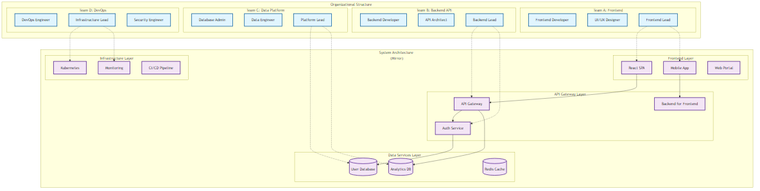
This is assets/images/diagrams/conways-law-visualization.png from vaquarkhan/microservices-recipes-a-free-gitbook, a Mermaid export, as it was before one commit. Its source is kept beside it as assets/images/diagrams/conways-law-visualization.mmd.
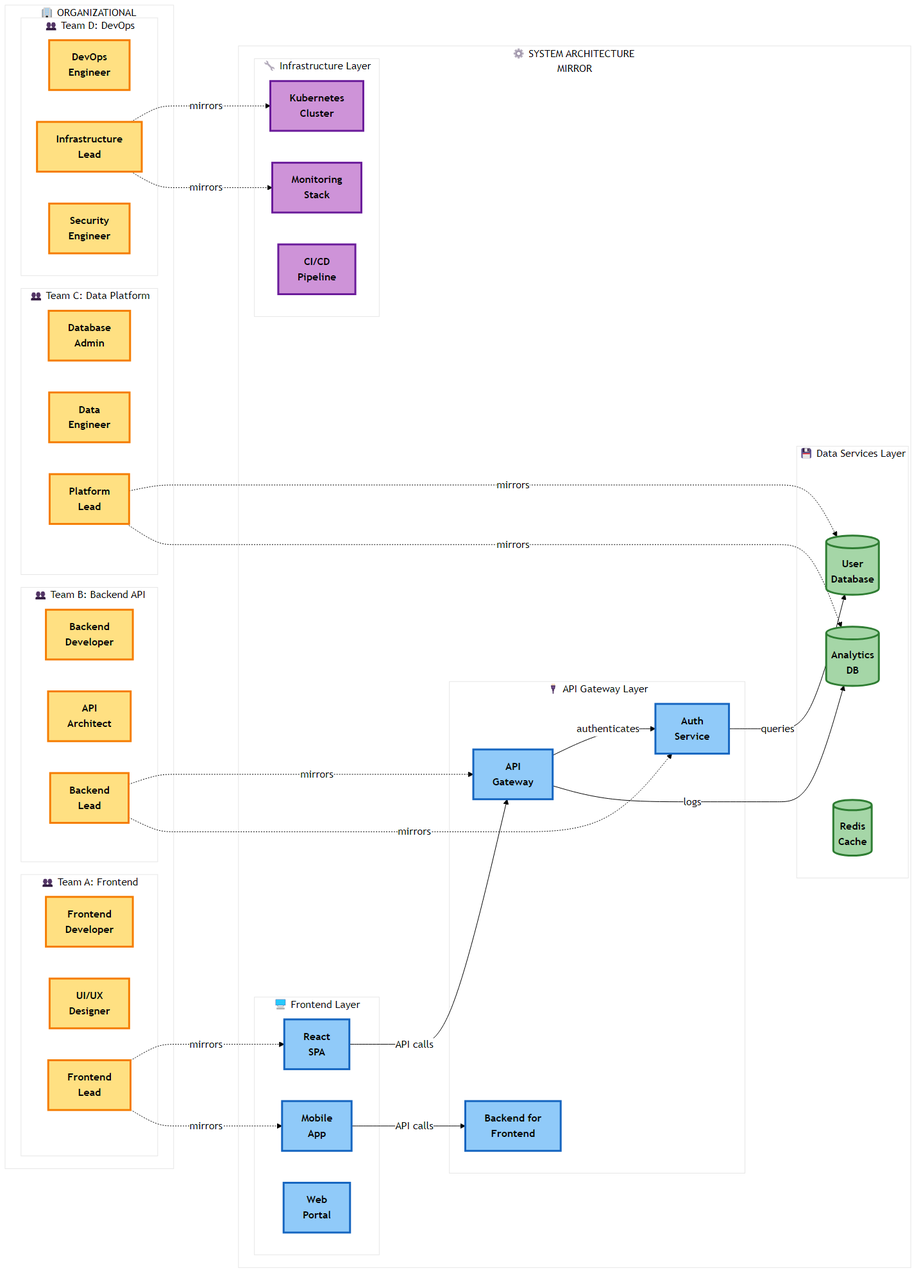
After the change.

The edit, as a diff of the source:
```diff
@@ -1,74 +1,81 @@
-graph TB
-    subgraph "Organizational Structure"
-        subgraph "Team A: Frontend"
-            FE1[Frontend Developer]
-            FE2[UI/UX Designer]
-            FE3[Frontend Lead]
+%%{init: {'theme':'base', 'themeVariables': { 'primaryColor':'#fff','primaryTextColor':'#000','primaryBorderColor':'#000','lineColor':'#000','secondaryColor':'#fff','tertiaryColor':'#fff','fontSize':'16px'}}}%%
+graph LR
+    subgraph ORG["🏢 ORGANIZATIONAL STRUCTURE"]
+        direction TB
+        subgraph TEAM_FE["👥 Team A: Frontend"]
+            FE1["Frontend<br/>Developer"]
+            FE2["UI/UX<br/>Designer"]
+            FE3["Frontend<br/>Lead"]
         end
 
-        subgraph "Team B: Backend API"
-            BE1[Backend Developer]
-            BE2[API Architect]
-            BE3[Backend Lead]
+        subgraph TEAM_BE["👥 Team B: Backend API"]
+            BE1["Backend<br/>Developer"]
+            BE2["API<br/>Architect"]
+            BE3["Backend<br/>Lead"]
         end
 
-        subgraph "Team C: Data Platform"
-            DB1[Database Admin]
-            DB2[Data Engineer]
-            DB3[Platform Lead]
+        subgraph TEAM_DB["👥 Team C: Data Platform"]
+            DB1["Database<br/>Admin"]
+            DB2["Data<br/>Engineer"]
+            DB3["Platform<br/>Lead"]
         end
 
-        subgraph "Team D: DevOps"
-            DO1[DevOps Engineer]
-            DO2[Infrastructure Lead]
-            DO3[Security Engineer]
+        subgraph TEAM_DO["👥 Team D: DevOps"]
+            DO1["DevOps<br/>Engineer"]
+            DO2["Infrastructure<br/>Lead"]
+            DO3["Security<br/>Engineer"]
         end
     end
 
-    subgraph "System Architecture (Mirror)"
-        subgraph "Frontend Layer"
-            React[React SPA]
-            Mobile[Mobile App]
-            Web[Web Portal]
+    subgraph SYS["⚙️ SYSTEM ARCHITECTURE MIRROR"]
+        direction TB
+        subgraph SYS_FE["🖥️ Frontend Layer"]
+            React["React<br/>SPA"]
+            Mobile["Mobile<br/>App"]
+            Web["Web<br/>Portal"]
         end
 
-        subgraph "API Gateway Layer"
-            Gateway[API Gateway]
-            Auth[Auth Service]
-            BFF[Backend for Frontend]
+        subgraph SYS_API["🔌 API Gateway Layer"]
+            Gateway["API<br/>Gateway"]
+            Auth["Auth<br/>Service"]
+            BFF["Backend for<br/>Frontend"]
         end
 
-        subgraph "Data Services Layer"
-            UserDB[(User Database)]
-            Analytics[(Analytics DB)]
-            Cache[(Redis Cache)]
+        subgraph SYS_DATA["💾 Data Services Layer"]
+            UserDB[("User<br/>Database")]
+            Analytics[("Analytics<br/>DB")]
+            Cache[("Redis<br/>Cache")]
         end
 
-        subgraph "Infrastructure Layer"
-            K8s[Kubernetes]
-            Monitor[Monitoring]
-            CI[CI/CD Pipeline]
+        subgraph SYS_INFRA["🔧 Infrastructure Layer"]
+            K8s["Kubernetes<br/>Cluster"]
+            Monitor["Monitoring<br/>Stack"]
+            CI["CI/CD<br/>Pipeline"]
         end
     end
 
-    FE3 -.-> React
-    FE3 -.-> Mobile
-    BE3 -.-> Gateway
-    BE3 -.-> Auth
-    DB3 -.-> UserDB
-    DB3 -.-> Analytics
-    DO2 -.-> K8s
-    DO2 -.-> Monitor
+    FE3 -.->|"mirrors"| React
+    FE3 -.->|"mirrors"| Mobile
+    BE3 -.->|"mirrors"| Gateway
+    BE3 -.->|"mirrors"| Auth
+    DB3 -.->|"mirrors"| UserDB
+    DB3 -.->|"mirrors"| Analytics
+    DO2 -.->|"mirrors"| K8s
+    DO2 -.->|"mirrors"| Monitor
 
-    React --> Gateway
-    Mobile --> BFF
-    Gateway --> Auth
-    Auth --> UserDB
-    Gateway --> Analytics
+    React -->|"API calls"| Gateway
+    Mobile -->|"API calls"| BFF
+    Gateway -->|"authenticates"| Auth
+    Auth -->|"queries"| UserDB
+    Gateway -->|"logs"| Analytics
 
-    classDef teamBox fill:#e1f5fe,stroke:#01579b,stroke-width:2px,color:#000
-    classDef systemBox fill:#f3e5f5,stroke:#4a148c,stroke-width:2px,color:#000
-    classDef connection stroke:#ff5722,stroke-width:3px,stroke-dasharray: 5 5
+    classDef teamStyle fill:#FFE082,stroke:#F57C00,stroke-width:3px,color:#000,font-weight:bold
+    classDef systemStyle fill:#90CAF9,stroke:#1565C0,stroke-width:3px,color:#000,font-weight:bold
+    classDef dbStyle fill:#A5D6A7,stroke:#2E7D32,stroke-width:3px,color:#000,font-weight:bold
+    classDef infraStyle fill:#CE93D8,stroke:#6A1B9A,stroke-width:3px,color:#000,font-weight:bold
+    classDef mirrorConnection stroke:#E53935,stroke-width:3px,stroke-dasharray:8 4
 
-    class FE1,FE2,FE3,BE1,BE2,BE3,DB1,DB2,DB3,DO1,DO2,DO3 teamBox
-    class React,Mobile,Web,Gateway,Auth,BFF,UserDB,Analytics,Cache,K8s,Monitor,CI systemBox
+    class FE1,FE2,FE3,BE1,BE2,BE3,DB1,DB2,DB3,DO1,DO2,DO3 teamStyle
+    class React,Mobile,Web,Gateway,Auth,BFF systemStyle
+    class UserDB,Analytics,Cache dbStyle
+    class K8s,Monitor,CI infraStyle
```
